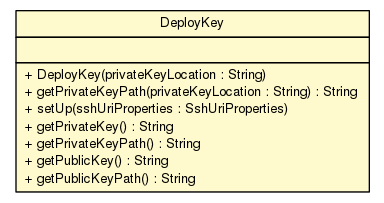
This is snapshot/build-docker/spring-cloud-config/spring-cloud-config-server/apidocs/cn/home1/cloud/config/server/ssh/DeployKey.png from cloud-ready/cloud-ready, a Graphviz export, as it was before one commit. Its source is kept beside it as snapshot/build-docker/spring-cloud-config/spring-cloud-config-server/apidocs/cn/home1/cloud/config/server/ssh/DeployKey.dot.
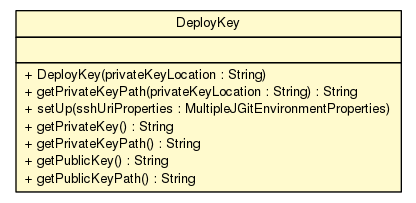
After the commit.

Diff of the diagram source:
```diff
@@ -4,7 +4,7 @@
 	node [fontname="Helvetica",fontsize=10,shape=plaintext];
 	nodesep=0.25;
 	ranksep=0.5;
-	c247 [label=<<table title="cn.home1.cloud.config.server.ssh.DeployKey" border="0" cellborder="1" cellspacing="0" cellpadding="2" port="p" bgcolor="lemonChiffon" href="./DeployKey.html">
+	c244 [label=<<table title="cn.home1.cloud.config.server.ssh.DeployKey" border="0" cellborder="1" cellspacing="0" cellpadding="2" port="p" bgcolor="lemonChiffon" href="./DeployKey.html">
 		<tr><td><table border="0" cellspacing="0" cellpadding="1">
 <tr><td align="center" balign="center"> DeployKey </td></tr>
 		</table></td></tr>
@@ -14,7 +14,7 @@
 		<tr><td><table border="0" cellspacing="0" cellpadding="1">
 <tr><td align="left" balign="left"> + DeployKey(privateKeyLocation : String) </td></tr>
 <tr><td align="left" balign="left"> + getPrivateKeyPath(privateKeyLocation : String) : String </td></tr>
-<tr><td align="left" balign="left"> + setUp(sshUriProperties : SshUriProperties) </td></tr>
+<tr><td align="left" balign="left"> + setUp(sshUriProperties : MultipleJGitEnvironmentProperties) </td></tr>
 <tr><td align="left" balign="left"> + getPrivateKey() : String </td></tr>
 <tr><td align="left" balign="left"> + getPrivateKeyPath() : String </td></tr>
 <tr><td align="left" balign="left"> + getPublicKey() : String </td></tr>
```
